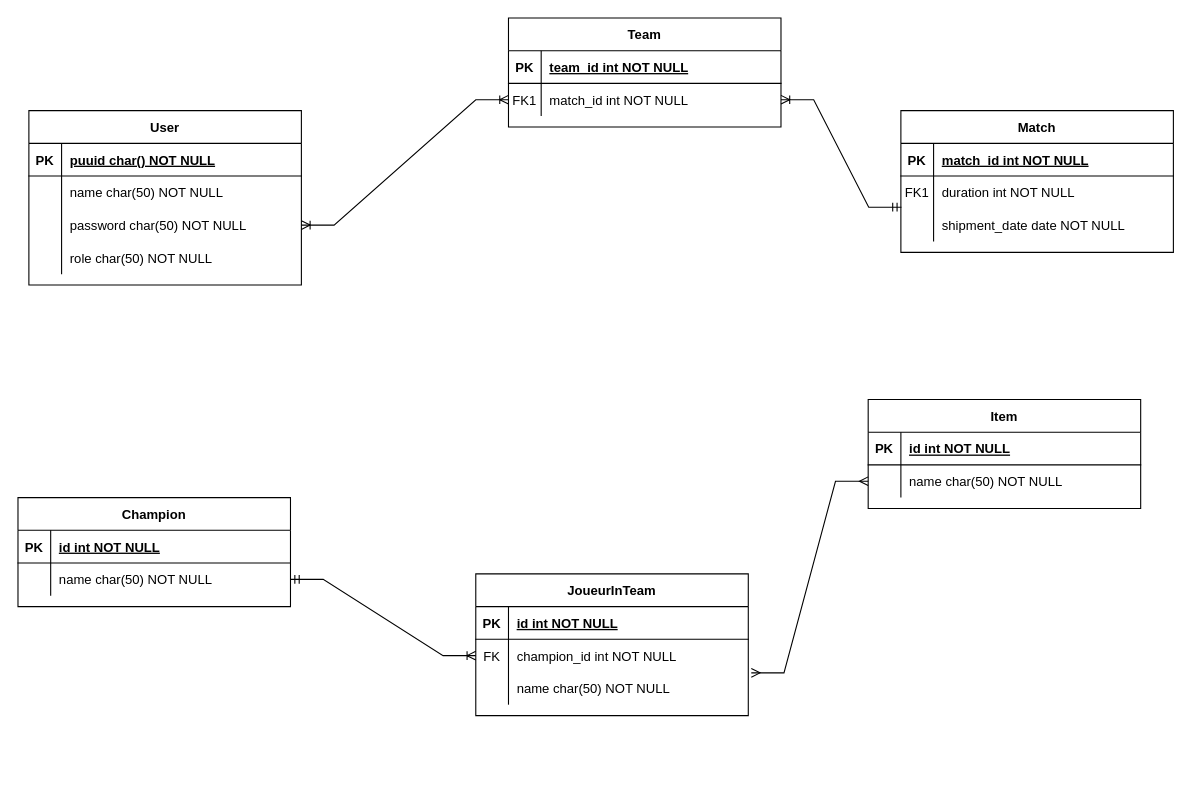
This is Image Prod/Diagramme de donnees.drawio from Niyo-D-JC/HelpWork, a draw.io file, before an edit. Source tidied: cells renumbered, new cells numbered last; positions are measured from the earlier drawing's top-left corner, leaving out a move shared by most shapes. Both pictures are drawn from the tidied source at 109%, with x=0, y=0 at pixel (17, 17).
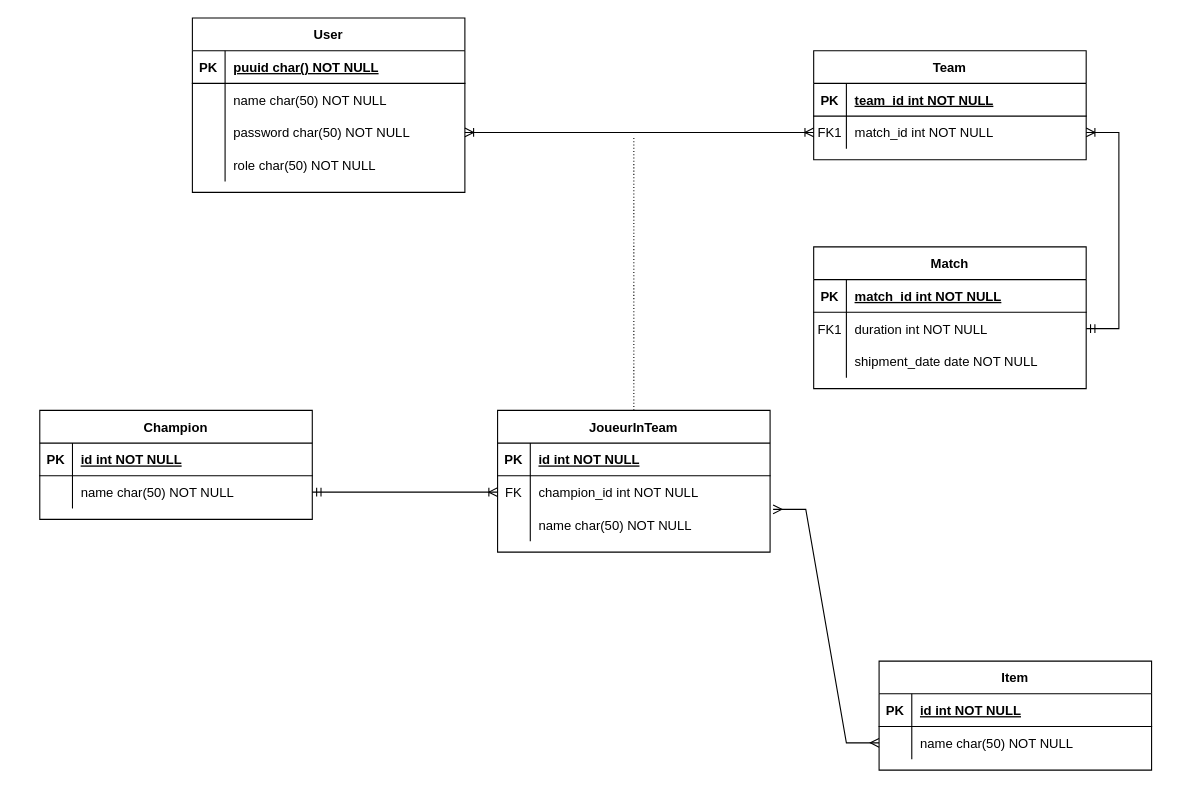
The same page after the edit.

The change refers to these unchanged cells:
```xml
<mxCell id="6" style="shape=partialRectangle;fillColor=none;points=[[0,0.5],[1,0.5]];portConstraint=eastwest;top=0;left=0;right=0;bottom=0;" parent="2" vertex="1">
  <mxGeometry y="60" width="250" height="30" as="geometry" />
</mxCell>
<mxCell id="13" style="shape=partialRectangle;fillColor=none;points=[[0,0.5],[1,0.5]];portConstraint=eastwest;top=0;left=0;right=0;bottom=0;" parent="9" vertex="1">
  <mxGeometry y="60" width="250" height="30" as="geometry" />
</mxCell>
<mxCell id="16" style="shape=partialRectangle;fillColor=none;points=[[0,0.5],[1,0.5]];portConstraint=eastwest;top=0;left=0;right=0;bottom=0;" parent="9" vertex="1">
  <mxGeometry y="90" width="250" height="30" as="geometry" />
</mxCell>
<mxCell id="26" style="shape=partialRectangle;fillColor=none;points=[[0,0.5],[1,0.5]];portConstraint=eastwest;top=0;left=0;right=0;bottom=0;" parent="19" vertex="1">
  <mxGeometry y="90" width="250" height="30" as="geometry" />
</mxCell>
```

The edit, as a diff of the source:
```diff
@@
     <mxCell id="2" value="Team" style="shape=table;startSize=30;childLayout=tableLayout;rowLines=0;fontStyle=1;align=center;" parent="1" vertex="1">
-      <mxGeometry x="450" width="250" height="100" as="geometry" />
+      <mxGeometry x="730" y="30" width="250" height="100" as="geometry" />
     </mxCell>
@@
     <mxCell id="9" value="Match" style="shape=table;startSize=30;childLayout=tableLayout;rowLines=0;fontStyle=1;align=center;" parent="1" vertex="1">
-      <mxGeometry x="810" y="85" width="250" height="130" as="geometry" />
+      <mxGeometry x="730" y="210" width="250" height="130" as="geometry" />
     </mxCell>
@@
     <mxCell id="19" value="User" style="shape=table;startSize=30;childLayout=tableLayout;rowLines=0;fontStyle=1;align=center;" parent="1" vertex="1">
-      <mxGeometry x="10" y="85" width="250" height="160" as="geometry" />
+      <mxGeometry x="160" width="250" height="160" as="geometry" />
     </mxCell>
@@
     <mxCell id="32" value="Champion" style="shape=table;startSize=30;childLayout=tableLayout;rowLines=0;fontStyle=1;align=center;" parent="1" vertex="1">
-      <mxGeometry y="440" width="250" height="100" as="geometry" />
+      <mxGeometry x="20" y="360" width="250" height="100" as="geometry" />
     </mxCell>
@@
     <mxCell id="39" value="JoueurInTeam" style="shape=table;startSize=30;childLayout=tableLayout;rowLines=0;fontStyle=1;align=center;" parent="1" vertex="1">
-      <mxGeometry x="420" y="510" width="250" height="130" as="geometry" />
+      <mxGeometry x="440" y="360" width="250" height="130" as="geometry" />
     </mxCell>
@@
     <mxCell id="49" value="Item" style="shape=table;startSize=30;childLayout=tableLayout;rowLines=0;fontStyle=1;align=center;" parent="1" vertex="1">
-      <mxGeometry x="780" y="350" width="250" height="100" as="geometry" />
+      <mxGeometry x="790" y="590" width="250" height="100" as="geometry" />
     </mxCell>
@@
-    <mxCell id="58" style="edgeStyle=entityRelationEdgeStyle;fontSize=12;html=1;endArrow=ERoneToMany;startArrow=ERmandOne;rounded=0;entryX=1;entryY=0.5;entryDx=0;entryDy=0;exitX=0.002;exitY=-0.047;exitDx=0;exitDy=0;exitPerimeter=0;" parent="1" edge="1" source="16" target="6">
+    <mxCell id="58" style="edgeStyle=entityRelationEdgeStyle;fontSize=12;html=1;endArrow=ERoneToMany;startArrow=ERmandOne;rounded=0;exitX=1;exitY=0.5;exitDx=0;exitDy=0;" parent="1" edge="1" source="13" target="6">
       <mxGeometry relative="1" as="geometry">
         <Array as="points">
           <mxPoint x="850" y="125" />
           <mxPoint x="700" y="140" />
           <mxPoint x="720" y="90" />
           <mxPoint x="720" y="140" />
         </Array>
       </mxGeometry>
     </mxCell>
-    <mxCell id="59" style="edgeStyle=entityRelationEdgeStyle;fontSize=12;html=1;endArrow=ERoneToMany;startArrow=ERoneToMany;rounded=0;entryX=0;entryY=0.5;entryDx=0;entryDy=0;" parent="1" edge="1" target="6">
+    <mxCell id="59" style="edgeStyle=entityRelationEdgeStyle;fontSize=12;html=1;endArrow=ERoneToMany;startArrow=ERoneToMany;rounded=0;entryX=0;entryY=0.5;entryDx=0;entryDy=0;exitX=1;exitY=0.5;exitDx=0;exitDy=0;" parent="1" edge="1" source="26" target="6">
       <mxGeometry relative="1" as="geometry">
-        <mxPoint x="260" y="190" as="sourcePoint" />
         <Array as="points">
           <mxPoint x="360" y="150" />
           <mxPoint x="390" y="190" />
           <mxPoint x="360" y="140" />
         </Array>
       </mxGeometry>
     </mxCell>
+    <mxCell id="60" style="endArrow=none;html=1;rounded=0;dashed=1;dashPattern=1 2;entryX=0.5;entryY=0;entryDx=0;entryDy=0;" parent="1" edge="1" target="39">
+      <mxGeometry relative="1" as="geometry">
+        <mxPoint x="565" y="110" as="sourcePoint" />
+      </mxGeometry>
+    </mxCell>
```
